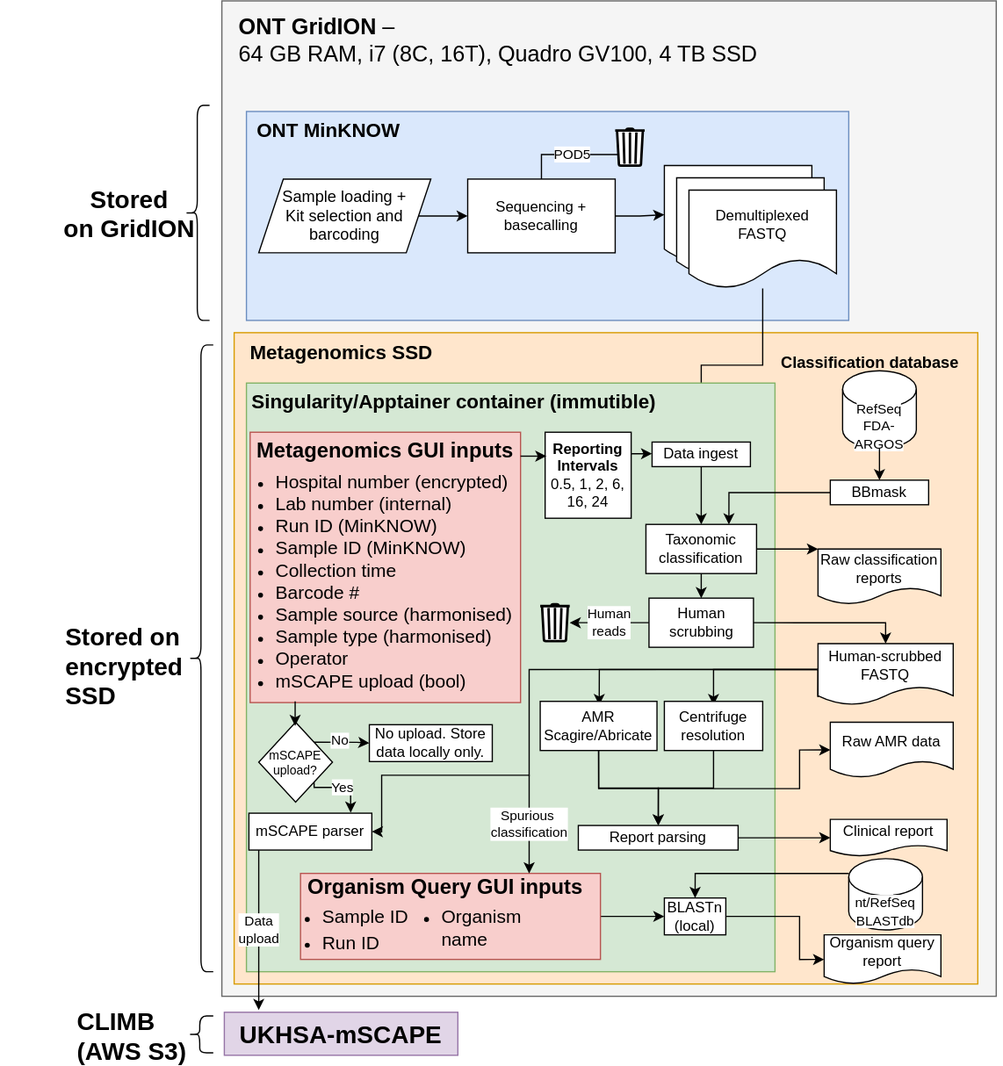
Above: 3.8.1/img/pipeline digram.drawio.svg in GSTT-CIDR/network_hub (draw.io), before the change. Source tidied: cells renumbered, new cells last; positions are measured from the earlier drawing's top-left corner, leaving out a move shared by most shapes.
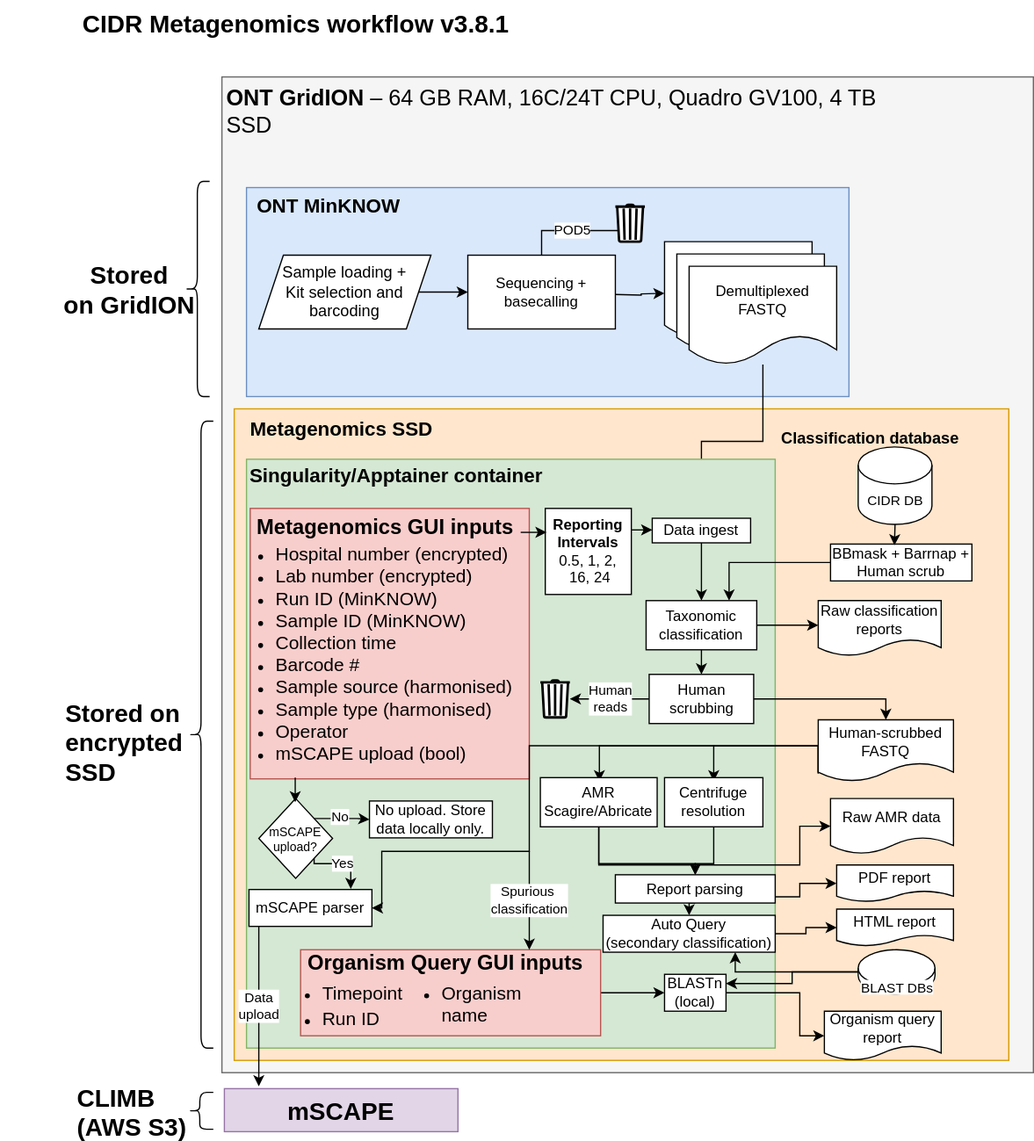
After the commit.

What changed in the source:
```diff
@@ -5,6 +5,6 @@
     <mxCell id="2" style="rounded=0;whiteSpace=wrap;html=1;fillColor=#f5f5f5;strokeColor=#666666;fontColor=#333333;" parent="1" vertex="1">
-      <mxGeometry x="180" width="630" height="810" as="geometry" />
+      <mxGeometry x="180" width="660" height="810" as="geometry" />
     </mxCell>
     <mxCell id="3" style="rounded=0;whiteSpace=wrap;html=1;fillColor=#ffe6cc;strokeColor=#d79b00;" parent="1" vertex="1">
-      <mxGeometry x="190" y="270" width="605" height="530" as="geometry" />
+      <mxGeometry x="190" y="270" width="630" height="530" as="geometry" />
     </mxCell>
@@ -16,4 +16,4 @@
     </mxCell>
-    <mxCell id="6" value="&lt;div style=&quot;text-align: left; font-size: 18px;&quot;&gt;&lt;b style=&quot;background-color: initial; font-size: 18px;&quot;&gt;ONT GridION&lt;/b&gt;&lt;span style=&quot;background-color: initial; font-size: 18px;&quot;&gt; –&amp;nbsp;&lt;/span&gt;&lt;/div&gt;&lt;span style=&quot;font-size: 18px; background-color: initial;&quot;&gt;&lt;div style=&quot;text-align: left; font-size: 18px;&quot;&gt;&lt;span style=&quot;background-color: initial; font-size: 18px;&quot;&gt;64 GB RAM, i7 (8C, 16T), Quadro GV100, 4 TB SSD&lt;/span&gt;&lt;/div&gt;&lt;/span&gt;&lt;font style=&quot;font-size: 18px;&quot;&gt;&lt;div style=&quot;text-align: left; font-size: 18px;&quot;&gt;&lt;span style=&quot;font-size: 18px;&quot;&gt;&lt;br style=&quot;font-size: 18px;&quot;&gt;&lt;/span&gt;&lt;/div&gt;&lt;/font&gt;&lt;div style=&quot;text-align: left; font-size: 18px;&quot;&gt;&lt;br style=&quot;font-size: 18px;&quot;&gt;&lt;/div&gt;&lt;p style=&quot;margin-top: 0pt; margin-bottom: 0pt; margin-left: 0in; direction: ltr; unicode-bidi: embed; font-size: 18px;&quot;&gt;&lt;/p&gt;" style="text;html=1;strokeColor=none;fillColor=none;align=center;verticalAlign=middle;whiteSpace=wrap;rounded=0;fontSize=18;" parent="1" vertex="1">
-      <mxGeometry x="130" y="40" width="550" height="30" as="geometry" />
+    <mxCell id="6" value="&lt;div style=&quot;text-align: left; font-size: 18px;&quot;&gt;&lt;br&gt;&lt;/div&gt;&lt;div style=&quot;text-align: left; font-size: 18px;&quot;&gt;&lt;b style=&quot;background-color: initial; font-size: 18px;&quot;&gt;ONT GridION&lt;/b&gt;&lt;span style=&quot;background-color: initial; font-size: 18px;&quot;&gt; –&amp;nbsp;&lt;/span&gt;&lt;span style=&quot;background-color: initial;&quot;&gt;64 GB RAM, 16C/24T CPU, Quadro GV100, 4 TB SSD&lt;/span&gt;&lt;/div&gt;&lt;font style=&quot;font-size: 18px;&quot;&gt;&lt;div style=&quot;text-align: left; font-size: 18px;&quot;&gt;&lt;span style=&quot;font-size: 18px;&quot;&gt;&lt;br style=&quot;font-size: 18px;&quot;&gt;&lt;/span&gt;&lt;/div&gt;&lt;/font&gt;&lt;div style=&quot;text-align: left; font-size: 18px;&quot;&gt;&lt;br style=&quot;font-size: 18px;&quot;&gt;&lt;/div&gt;&lt;p style=&quot;margin-top: 0pt; margin-bottom: 0pt; margin-left: 0in; direction: ltr; unicode-bidi: embed; font-size: 18px;&quot;&gt;&lt;/p&gt;" style="text;html=1;strokeColor=none;fillColor=none;align=center;verticalAlign=middle;whiteSpace=wrap;rounded=0;fontSize=18;" parent="1" vertex="1">
+      <mxGeometry x="183" y="25" width="550" height="30" as="geometry" />
     </mxCell>
@@ -22,3 +22,3 @@
     </mxCell>
-    <mxCell id="8" value="UKHSA-mSCAPE" style="text;html=1;strokeColor=none;fillColor=none;align=center;verticalAlign=middle;whiteSpace=wrap;rounded=0;fontSize=20;fontStyle=1;" parent="1" vertex="1">
+    <mxCell id="8" value="mSCAPE" style="text;html=1;strokeColor=none;fillColor=none;align=center;verticalAlign=middle;whiteSpace=wrap;rounded=0;fontSize=20;fontStyle=1;" parent="1" vertex="1">
       <mxGeometry x="192" y="825.5" width="170" height="30" as="geometry" />
@@ -31,4 +31,7 @@
     </mxCell>
-    <mxCell id="11" style="edgeStyle=orthogonalEdgeStyle;rounded=0;jettySize=auto;html=1;exitX=1;exitY=0.5;exitDx=0;exitDy=0;entryX=0;entryY=0.5;entryDx=0;entryDy=0;" parent="1" edge="1" source="13" target="15">
-      <mxGeometry relative="1" as="geometry" />
+    <mxCell id="11" style="edgeStyle=orthogonalEdgeStyle;rounded=0;orthogonalLoop=1;jettySize=auto;html=1;exitX=1;exitY=0.5;exitDx=0;exitDy=0;entryX=0;entryY=0.5;entryDx=0;entryDy=0;" parent="1" edge="1">
+      <mxGeometry relative="1" as="geometry">
+        <mxPoint x="500" y="177" as="sourcePoint" />
+        <mxPoint x="540" y="176" as="targetPoint" />
+      </mxGeometry>
     </mxCell>
@@ -83,6 +86,6 @@
     <mxCell id="28" style="rounded=0;whiteSpace=wrap;html=1;fillColor=#f8cecc;strokeColor=#b85450;" parent="1" vertex="1">
-      <mxGeometry x="203" y="351" width="220" height="220" as="geometry" />
+      <mxGeometry x="203" y="351" width="227" height="220" as="geometry" />
     </mxCell>
-    <mxCell id="29" value="&lt;div style=&quot;text-align: left; font-size: 16px;&quot;&gt;&lt;b style=&quot;background-color: initial; border-color: var(--border-color); font-size: 16px;&quot;&gt;Singularity/Apptainer container (immutible)&lt;/b&gt;&lt;/div&gt;" style="text;html=1;strokeColor=none;fillColor=none;align=center;verticalAlign=middle;whiteSpace=wrap;rounded=0;fontSize=16;" parent="1" vertex="1">
-      <mxGeometry x="189" y="311" width="360" height="30" as="geometry" />
+    <mxCell id="29" value="&lt;div style=&quot;text-align: left; font-size: 16px;&quot;&gt;&lt;b style=&quot;background-color: initial; border-color: var(--border-color); font-size: 16px;&quot;&gt;Singularity/Apptainer container&lt;/b&gt;&lt;/div&gt;" style="text;html=1;strokeColor=none;fillColor=none;align=center;verticalAlign=middle;whiteSpace=wrap;rounded=0;fontSize=16;" parent="1" vertex="1">
+      <mxGeometry x="142" y="309" width="360" height="30" as="geometry" />
     </mxCell>
@@ -91,6 +94,6 @@
     </mxCell>
-    <mxCell id="31" value="&lt;ul&gt;&lt;li&gt;&lt;span style=&quot;font-size: 15px;&quot;&gt;&lt;span&gt;Hospital number&lt;/span&gt; (encrypted)&lt;/span&gt;&lt;/li&gt;&lt;li&gt;&lt;span style=&quot;font-size: 15px;&quot;&gt;Lab number (internal)&lt;/span&gt;&lt;/li&gt;&lt;li&gt;&lt;span style=&quot;font-size: 15px;&quot;&gt;&lt;span&gt;Run ID&lt;/span&gt; (MinKNOW)&lt;/span&gt;&lt;/li&gt;&lt;li&gt;&lt;span style=&quot;font-size: 15px;&quot;&gt;&lt;span&gt;Sample ID&lt;/span&gt; (MinKNOW)&lt;/span&gt;&lt;/li&gt;&lt;li&gt;&lt;span style=&quot;font-size: 15px;&quot;&gt;&lt;span&gt;Collection time&lt;/span&gt;&lt;/span&gt;&lt;/li&gt;&lt;li&gt;&lt;span style=&quot;font-size: 15px;&quot;&gt;Barcode #&lt;/span&gt;&lt;/li&gt;&lt;li&gt;&lt;span style=&quot;font-size: 15px;&quot;&gt;&lt;span&gt;Sample source&lt;/span&gt; (harmonised)&lt;/span&gt;&lt;/li&gt;&lt;li&gt;&lt;span style=&quot;font-size: 15px;&quot;&gt;&lt;span&gt;Sample type&lt;/span&gt; (harmonised)&lt;/span&gt;&lt;/li&gt;&lt;li&gt;&lt;span style=&quot;font-size: 15px;&quot;&gt;Operator&lt;/span&gt;&lt;/li&gt;&lt;li&gt;&lt;span style=&quot;font-size: 15px;&quot;&gt;mSCAPE upload (bool)&lt;/span&gt;&lt;/li&gt;&lt;/ul&gt;" style="text;html=1;strokeColor=none;fillColor=none;align=left;verticalAlign=middle;whiteSpace=wrap;rounded=0;fontStyle=0;" parent="1" vertex="1">
-      <mxGeometry x="182" y="457" width="320" height="30" as="geometry" />
+    <mxCell id="31" value="&lt;ul&gt;&lt;li&gt;&lt;span style=&quot;font-size: 15px;&quot;&gt;&lt;span&gt;Hospital number&lt;/span&gt; (encrypted)&lt;/span&gt;&lt;/li&gt;&lt;li&gt;&lt;span style=&quot;font-size: 15px;&quot;&gt;Lab number (encrypted)&lt;/span&gt;&lt;/li&gt;&lt;li&gt;&lt;span style=&quot;font-size: 15px;&quot;&gt;&lt;span&gt;Run ID&lt;/span&gt; (MinKNOW)&lt;/span&gt;&lt;/li&gt;&lt;li&gt;&lt;span style=&quot;font-size: 15px;&quot;&gt;&lt;span&gt;Sample ID&lt;/span&gt; (MinKNOW)&lt;/span&gt;&lt;/li&gt;&lt;li&gt;&lt;span style=&quot;font-size: 15px;&quot;&gt;&lt;span&gt;Collection time&lt;/span&gt;&lt;/span&gt;&lt;/li&gt;&lt;li&gt;&lt;span style=&quot;font-size: 15px;&quot;&gt;Barcode #&lt;/span&gt;&lt;/li&gt;&lt;li&gt;&lt;span style=&quot;font-size: 15px;&quot;&gt;&lt;span&gt;Sample source&lt;/span&gt; (harmonised)&lt;/span&gt;&lt;/li&gt;&lt;li&gt;&lt;span style=&quot;font-size: 15px;&quot;&gt;&lt;span&gt;Sample type&lt;/span&gt; (harmonised)&lt;/span&gt;&lt;/li&gt;&lt;li&gt;&lt;span style=&quot;font-size: 15px;&quot;&gt;Operator&lt;/span&gt;&lt;/li&gt;&lt;li&gt;&lt;span style=&quot;font-size: 15px;&quot;&gt;mSCAPE upload (bool)&lt;/span&gt;&lt;/li&gt;&lt;/ul&gt;" style="text;html=1;strokeColor=none;fillColor=none;align=left;verticalAlign=middle;whiteSpace=wrap;rounded=0;fontStyle=0;" parent="1" vertex="1">
+      <mxGeometry x="182" y="453.5" width="320" height="30" as="geometry" />
     </mxCell>
-    <mxCell id="32" value="&lt;font style=&quot;font-size: 12px;&quot;&gt;&lt;b&gt;Reporting Intervals&lt;/b&gt;&lt;br&gt;0.5, 1, 2, 6, 16, 24&lt;/font&gt;" style="rounded=0;whiteSpace=wrap;html=1;" parent="1" vertex="1">
+    <mxCell id="32" value="&lt;font style=&quot;font-size: 12px;&quot;&gt;&lt;b&gt;Reporting Intervals&lt;/b&gt;&lt;br&gt;0.5, 1, 2,&lt;br&gt;&amp;nbsp;16, 24&lt;/font&gt;" style="rounded=0;whiteSpace=wrap;html=1;" parent="1" vertex="1">
       <mxGeometry x="443" y="351" width="70" height="70" as="geometry" />
@@ -113,3 +116,3 @@
     <mxCell id="38" value="Raw classification reports" style="shape=document;whiteSpace=wrap;html=1;boundedLbl=1;" parent="1" vertex="1">
-      <mxGeometry x="665" y="446" width="100" height="45" as="geometry" />
+      <mxGeometry x="665" y="426" width="100" height="45" as="geometry" />
     </mxCell>
@@ -180,4 +183,4 @@
     </mxCell>
-    <mxCell id="49" value="Clinical report" style="shape=document;whiteSpace=wrap;html=1;boundedLbl=1;" parent="1" vertex="1">
-      <mxGeometry x="675" y="666" width="95" height="30" as="geometry" />
+    <mxCell id="49" value="PDF report" style="shape=document;whiteSpace=wrap;html=1;boundedLbl=1;" parent="1" vertex="1">
+      <mxGeometry x="680" y="641" width="95" height="30" as="geometry" />
     </mxCell>
@@ -190,12 +193,30 @@
     <mxCell id="52" style="edgeStyle=orthogonalEdgeStyle;rounded=0;jettySize=auto;html=1;entryX=0;entryY=0.5;entryDx=0;entryDy=0;" parent="1" edge="1" source="53" target="49">
-      <mxGeometry relative="1" as="geometry" />
+      <mxGeometry relative="1" as="geometry">
+        <Array as="points">
+          <mxPoint x="650" y="667" />
+          <mxPoint x="650" y="656" />
+        </Array>
+      </mxGeometry>
     </mxCell>
+    <mxCell id="83" style="edgeStyle=orthogonalEdgeStyle;rounded=0;jettySize=auto;html=1;exitX=0.5;exitY=1;exitDx=0;exitDy=0;entryX=0.5;entryY=0;entryDx=0;entryDy=0;" parent="1" edge="1" source="53" target="87">
+      <mxGeometry relative="1" as="geometry" />
+    </mxCell>
     <mxCell id="53" value="Report parsing" style="rounded=0;whiteSpace=wrap;html=1;" parent="1" vertex="1">
-      <mxGeometry x="470" y="671" width="130" height="20" as="geometry" />
+      <mxGeometry x="500" y="649" width="130" height="23" as="geometry" />
     </mxCell>
     <mxCell id="54" style="edgeStyle=orthogonalEdgeStyle;rounded=0;jettySize=auto;html=1;exitX=0.5;exitY=1;exitDx=0;exitDy=0;entryX=0.5;entryY=0;entryDx=0;entryDy=0;" parent="1" edge="1" source="50" target="53">
-      <mxGeometry relative="1" as="geometry" />
+      <mxGeometry relative="1" as="geometry">
+        <Array as="points">
+          <mxPoint x="487" y="640" />
+          <mxPoint x="565" y="640" />
+        </Array>
+      </mxGeometry>
     </mxCell>
     <mxCell id="55" style="edgeStyle=orthogonalEdgeStyle;rounded=0;jettySize=auto;html=1;" parent="1" edge="1" source="51" target="53">
-      <mxGeometry relative="1" as="geometry" />
+      <mxGeometry relative="1" as="geometry">
+        <Array as="points">
+          <mxPoint x="580" y="640" />
+          <mxPoint x="565" y="640" />
+        </Array>
+      </mxGeometry>
     </mxCell>
@@ -218,7 +239,20 @@
     </mxCell>
-    <mxCell id="59" value="&lt;font style=&quot;font-size: 11px; background-color: rgb(255, 255, 255);&quot;&gt;RefSeq&lt;br&gt;FDA-ARGOS&lt;/font&gt;" style="shape=cylinder3;whiteSpace=wrap;html=1;boundedLbl=1;backgroundOutline=1;size=15;" parent="1" vertex="1">
-      <mxGeometry x="685" y="301" width="60" height="63" as="geometry" />
+    <mxCell id="59" value="&lt;span style=&quot;font-size: 11px; background-color: rgb(255, 255, 255);&quot;&gt;CIDR DB&lt;br&gt;&lt;/span&gt;" style="shape=cylinder3;whiteSpace=wrap;html=1;boundedLbl=1;backgroundOutline=1;size=15;" parent="1" vertex="1">
+      <mxGeometry x="697.5" y="301" width="60" height="63" as="geometry" />
     </mxCell>
+    <mxCell id="79" style="edgeStyle=orthogonalEdgeStyle;rounded=0;jettySize=auto;html=1;entryX=1;entryY=0.25;entryDx=0;entryDy=0;" parent="1" edge="1" source="60" target="78">
+      <mxGeometry relative="1" as="geometry" />
+    </mxCell>
+    <mxCell id="84" style="edgeStyle=orthogonalEdgeStyle;rounded=0;orthogonalLoop=1;jettySize=auto;html=1;entryX=0.75;entryY=1;entryDx=0;entryDy=0;" parent="1" edge="1">
+      <mxGeometry relative="1" as="geometry">
+        <mxPoint x="697.5" y="726" as="sourcePoint" />
+        <mxPoint x="597.5" y="712" as="targetPoint" />
+        <Array as="points">
+          <mxPoint x="698" y="728" />
+          <mxPoint x="598" y="728" />
+        </Array>
+      </mxGeometry>
+    </mxCell>
-    <mxCell id="60" value="&lt;span style=&quot;font-size: 11px; background-color: rgb(255, 255, 255);&quot;&gt;nt/RefSeq BLASTdb&lt;/span&gt;" style="shape=cylinder3;whiteSpace=wrap;html=1;boundedLbl=1;backgroundOutline=1;size=15;" parent="1" vertex="1">
-      <mxGeometry x="690" y="698" width="60" height="58" as="geometry" />
+    <mxCell id="60" value="&lt;span style=&quot;font-size: 11px; background-color: rgb(255, 255, 255);&quot;&gt;BLAST DBs&lt;/span&gt;" style="shape=cylinder3;whiteSpace=wrap;html=1;boundedLbl=1;backgroundOutline=1;size=15;align=center;" parent="1" vertex="1">
+      <mxGeometry x="697.5" y="710" width="62.5" height="36" as="geometry" />
     </mxCell>
@@ -236,8 +270,5 @@
     </mxCell>
-    <mxCell id="65" value="&lt;span style=&quot;font-weight: normal;&quot;&gt;BBmask&lt;br&gt;&lt;/span&gt;" style="rounded=0;whiteSpace=wrap;html=1;fontStyle=1;" parent="1" vertex="1">
-      <mxGeometry x="675" y="390" width="80" height="20" as="geometry" />
+    <mxCell id="65" value="&lt;span style=&quot;font-weight: normal;&quot;&gt;BBmask + Barrnap + Human scrub&lt;br&gt;&lt;/span&gt;" style="rounded=0;whiteSpace=wrap;html=1;fontStyle=1;" parent="1" vertex="1">
+      <mxGeometry x="675" y="380" width="115" height="30" as="geometry" />
     </mxCell>
-    <mxCell id="66" style="edgeStyle=orthogonalEdgeStyle;rounded=0;jettySize=auto;html=1;exitX=0.5;exitY=1;exitDx=0;exitDy=0;exitPerimeter=0;entryX=0.5;entryY=0;entryDx=0;entryDy=0;" parent="1" edge="1" source="59" target="65">
-      <mxGeometry relative="1" as="geometry" />
-    </mxCell>
     <mxCell id="67" value="Raw AMR data" style="shape=document;whiteSpace=wrap;html=1;boundedLbl=1;" parent="1" vertex="1">
@@ -270,3 +301,3 @@
     </mxCell>
-    <mxCell id="74" value="&lt;ul&gt;&lt;li&gt;&lt;span style=&quot;font-size: 15px;&quot;&gt;Sample ID&lt;/span&gt;&lt;/li&gt;&lt;/ul&gt;" style="text;html=1;strokeColor=none;fillColor=none;align=left;verticalAlign=middle;whiteSpace=wrap;rounded=0;fontStyle=0;" parent="1" vertex="1">
+    <mxCell id="74" value="&lt;ul&gt;&lt;li&gt;&lt;span style=&quot;font-size: 15px;&quot;&gt;Timepoint&lt;/span&gt;&lt;/li&gt;&lt;/ul&gt;" style="text;html=1;strokeColor=none;fillColor=none;align=left;verticalAlign=middle;whiteSpace=wrap;rounded=0;fontStyle=0;" parent="1" vertex="1">
       <mxGeometry x="220" y="730" width="115" height="30" as="geometry" />
@@ -290,9 +321,2 @@
     </mxCell>
-    <mxCell id="79" style="edgeStyle=orthogonalEdgeStyle;rounded=0;jettySize=auto;html=1;entryX=0.5;entryY=0;entryDx=0;entryDy=0;" parent="1" edge="1" source="60" target="78">
-      <mxGeometry relative="1" as="geometry">
-        <Array as="points">
-          <mxPoint x="565" y="710" />
-        </Array>
-      </mxGeometry>
-    </mxCell>
     <mxCell id="80" value="Spurious&amp;nbsp;&lt;br&gt;classification" style="endArrow=classic;html=1;rounded=0;" parent="1" edge="1">
@@ -315,2 +339,17 @@
     </mxCell>
+    <mxCell id="85" value="HTML report" style="shape=document;whiteSpace=wrap;html=1;boundedLbl=1;" parent="1" vertex="1">
+      <mxGeometry x="680" y="677" width="95" height="30" as="geometry" />
+    </mxCell>
+    <mxCell id="86" style="edgeStyle=orthogonalEdgeStyle;rounded=0;jettySize=auto;html=1;entryX=0;entryY=0.5;entryDx=0;entryDy=0;" parent="1" edge="1" source="87" target="85">
+      <mxGeometry relative="1" as="geometry" />
+    </mxCell>
+    <mxCell id="87" value="Auto Query&lt;br&gt;(secondary classification)" style="rounded=0;whiteSpace=wrap;html=1;" parent="1" vertex="1">
+      <mxGeometry x="490" y="682" width="140" height="30" as="geometry" />
+    </mxCell>
+    <mxCell id="66" style="edgeStyle=orthogonalEdgeStyle;rounded=0;jettySize=auto;html=1;exitX=0.5;exitY=1;exitDx=0;exitDy=0;exitPerimeter=0;entryX=0.452;entryY=0.033;entryDx=0;entryDy=0;entryPerimeter=0;" parent="1" edge="1" source="59" target="65">
+      <mxGeometry relative="1" as="geometry" />
+    </mxCell>
+    <mxCell id="88" value="&lt;b style=&quot;border-color: var(--border-color); color: rgb(0, 0, 0); font-family: Helvetica; font-size: 20px; font-style: normal; font-variant-ligatures: normal; font-variant-caps: normal; letter-spacing: normal; orphans: 2; text-align: left; text-indent: 0px; text-transform: none; widows: 2; word-spacing: 0px; -webkit-text-stroke-width: 0px; background-color: initial; text-decoration-thickness: initial; text-decoration-style: initial; text-decoration-color: initial;&quot;&gt;CIDR Metagenomics workflow v3.8.1&lt;/b&gt;" style="text;whiteSpace=wrap;html=1;strokeWidth=2;fontSize=20;" parent="1" vertex="1">
+      <mxGeometry x="65" y="-62" width="350" height="50" as="geometry" />
+    </mxCell>
   </root>
```
